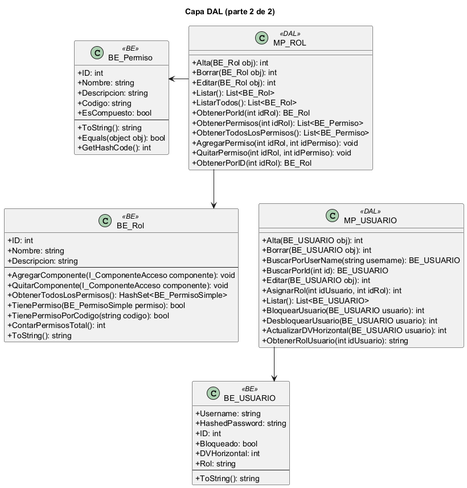
Above: docs/diagramas/uml_png/capas__DAL_clases_2.png in L-Muniz/uai-diploma_2026 (PlantUML), before the change.
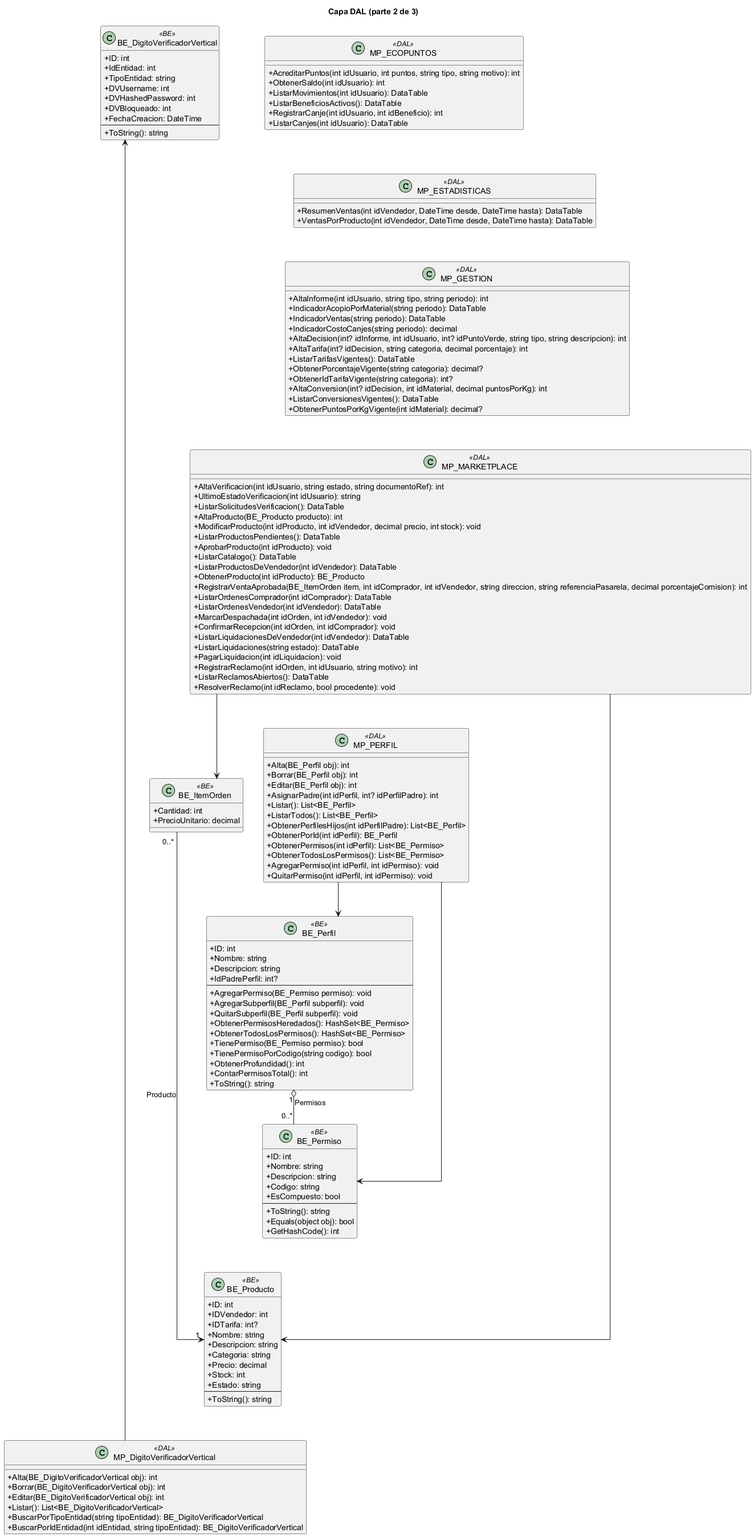
Later version of the same file.

The edit, as a diff of the source:
```diff
@@ -1,7 +1,39 @@
 @startuml
 skinparam classAttributeIconSize 0
 skinparam linetype ortho
-title Capa DAL (parte 2 de 2)
+title Capa DAL (parte 2 de 3)
+class "BE_DigitoVerificadorVertical" as BE_DigitoVerificadorVertical <<BE>> {
+  +ID: int
+  +IdEntidad: int
+  +TipoEntidad: string
+  +DVUsername: int
+  +DVHashedPassword: int
+  +DVBloqueado: int
+  +FechaCreacion: DateTime
+  --
+  +ToString(): string
+}
+class "BE_ItemOrden" as BE_ItemOrden <<BE>> {
+  +Cantidad: int
+  +PrecioUnitario: decimal
+}
+class "BE_Perfil" as BE_Perfil <<BE>> {
+  +ID: int
+  +Nombre: string
+  +Descripcion: string
+  +IdPadrePerfil: int?
+  --
+  +AgregarPermiso(BE_Permiso permiso): void
+  +AgregarSubperfil(BE_Perfil subperfil): void
+  +QuitarSubperfil(BE_Perfil subperfil): void
+  +ObtenerPermisosHeredados(): HashSet<BE_Permiso>
+  +ObtenerTodosLosPermisos(): HashSet<BE_Permiso>
+  +TienePermiso(BE_Permiso permiso): bool
+  +TienePermisoPorCodigo(string codigo): bool
+  +ObtenerProfundidad(): int
+  +ContarPermisosTotal(): int
+  +ToString(): string
+}
 class "BE_Permiso" as BE_Permiso <<BE>> {
   +ID: int
   +Nombre: string
@@ -13,60 +45,105 @@
   +Equals(object obj): bool
   +GetHashCode(): int
 }
-class "BE_Rol" as BE_Rol <<BE>> {
+class "BE_Producto" as BE_Producto <<BE>> {
   +ID: int
+  +IDVendedor: int
+  +IDTarifa: int?
   +Nombre: string
   +Descripcion: string
-  --
-  +AgregarComponente(I_ComponenteAcceso componente): void
-  +QuitarComponente(I_ComponenteAcceso componente): void
-  +ObtenerTodosLosPermisos(): HashSet<BE_PermisoSimple>
-  +TienePermiso(BE_PermisoSimple permiso): bool
-  +TienePermisoPorCodigo(string codigo): bool
-  +ContarPermisosTotal(): int
-  +ToString(): string
-}
-class "BE_USUARIO" as BE_USUARIO <<BE>> {
-  +Username: string
-  +HashedPassword: string
-  +ID: int
-  +Bloqueado: bool
-  +DVHorizontal: int
-  +Rol: string
+  +Categoria: string
+  +Precio: decimal
+  +Stock: int
+  +Estado: string
   --
   +ToString(): string
 }
-class "MP_ROL" as MP_ROL <<DAL>> {
-  +Alta(BE_Rol obj): int
-  +Borrar(BE_Rol obj): int
-  +Editar(BE_Rol obj): int
-  +Listar(): List<BE_Rol>
-  +ListarTodos(): List<BE_Rol>
-  +ObtenerPorId(int idRol): BE_Rol
-  +ObtenerPermisos(int idRol): List<BE_Permiso>
+class "MP_DigitoVerificadorVertical" as MP_DigitoVerificadorVertical <<DAL>> {
+  +Alta(BE_DigitoVerificadorVertical obj): int
+  +Borrar(BE_DigitoVerificadorVertical obj): int
+  +Editar(BE_DigitoVerificadorVertical obj): int
+  +Listar(): List<BE_DigitoVerificadorVertical>
+  +BuscarPorTipoEntidad(string tipoEntidad): BE_DigitoVerificadorVertical
+  +BuscarPorIdEntidad(int idEntidad, string tipoEntidad): BE_DigitoVerificadorVertical
+}
+class "MP_ECOPUNTOS" as MP_ECOPUNTOS <<DAL>> {
+  +AcreditarPuntos(int idUsuario, int puntos, string tipo, string motivo): int
+  +ObtenerSaldo(int idUsuario): int
+  +ListarMovimientos(int idUsuario): DataTable
+  +ListarBeneficiosActivos(): DataTable
+  +RegistrarCanje(int idUsuario, int idBeneficio): int
+  +ListarCanjes(int idUsuario): DataTable
+}
+class "MP_ESTADISTICAS" as MP_ESTADISTICAS <<DAL>> {
+  +ResumenVentas(int idVendedor, DateTime desde, DateTime hasta): DataTable
+  +VentasPorProducto(int idVendedor, DateTime desde, DateTime hasta): DataTable
+}
+class "MP_GESTION" as MP_GESTION <<DAL>> {
+  +AltaInforme(int idUsuario, string tipo, string periodo): int
+  +IndicadorAcopioPorMaterial(string periodo): DataTable
+  +IndicadorVentas(string periodo): DataTable
+  +IndicadorCostoCanjes(string periodo): decimal
+  +AltaDecision(int? idInforme, int idUsuario, int? idPuntoVerde, string tipo, string descripcion): int
+  +AltaTarifa(int? idDecision, string categoria, decimal porcentaje): int
+  +ListarTarifasVigentes(): DataTable
+  +ObtenerPorcentajeVigente(string categoria): decimal?
+  +ObtenerIdTarifaVigente(string categoria): int?
+  +AltaConversion(int? idDecision, int idMaterial, decimal puntosPorKg): int
+  +ListarConversionesVigentes(): DataTable
+  +ObtenerPuntosPorKgVigente(int idMaterial): decimal?
+}
+class "MP_MARKETPLACE" as MP_MARKETPLACE <<DAL>> {
+  +AltaVerificacion(int idUsuario, string estado, string documentoRef): int
+  +UltimoEstadoVerificacion(int idUsuario): string
+  +ListarSolicitudesVerificacion(): DataTable
+  +AltaProducto(BE_Producto producto): int
+  +ModificarProducto(int idProducto, int idVendedor, decimal precio, int stock): void
+  +ListarProductosPendientes(): DataTable
+  +AprobarProducto(int idProducto): void
+  +ListarCatalogo(): DataTable
+  +ListarProductosDeVendedor(int idVendedor): DataTable
+  +ObtenerProducto(int idProducto): BE_Producto
+  +RegistrarVentaAprobada(BE_ItemOrden item, int idComprador, int idVendedor, string direccion, string referenciaPasarela, decimal porcentajeComision): int
+  +ListarOrdenesComprador(int idComprador): DataTable
+  +ListarOrdenesVendedor(int idVendedor): DataTable
+  +MarcarDespachada(int idOrden, int idVendedor): void
+  +ConfirmarRecepcion(int idOrden, int idComprador): void
+  +ListarLiquidacionesDeVendedor(int idVendedor): DataTable
+  +ListarLiquidaciones(string estado): DataTable
+  +PagarLiquidacion(int idLiquidacion): void
+  +RegistrarReclamo(int idOrden, int idUsuario, string motivo): int
+  +ListarReclamosAbiertos(): DataTable
+  +ResolverReclamo(int idReclamo, bool procedente): void
+}
+class "MP_PERFIL" as MP_PERFIL <<DAL>> {
+  +Alta(BE_Perfil obj): int
+  +Borrar(BE_Perfil obj): int
+  +Editar(BE_Perfil obj): int
+  +AsignarPadre(int idPerfil, int? idPerfilPadre): int
+  +Listar(): List<BE_Perfil>
+  +ListarTodos(): List<BE_Perfil>
+  +ObtenerPerfilesHijos(int idPerfilPadre): List<BE_Perfil>
+  +ObtenerPorId(int idPerfil): BE_Perfil
+  +ObtenerPermisos(int idPerfil): List<BE_Permiso>
   +ObtenerTodosLosPermisos(): List<BE_Permiso>
-  +AgregarPermiso(int idRol, int idPermiso): void
-  +QuitarPermiso(int idRol, int idPermiso): void
-  +ObtenerPorID(int idRol): BE_Rol
+  +AgregarPermiso(int idPerfil, int idPermiso): void
+  +QuitarPermiso(int idPerfil, int idPermiso): void
 }
-class "MP_USUARIO" as MP_USUARIO <<DAL>> {
-  +Alta(BE_USUARIO obj): int
-  +Borrar(BE_USUARIO obj): int
-  +BuscarPorUserName(string username): BE_USUARIO
-  +BuscarPorId(int id): BE_USUARIO
-  +Editar(BE_USUARIO obj): int
-  +AsignarRol(int idUsuario, int idRol): int
-  +Listar(): List<BE_USUARIO>
-  +BloquearUsuario(BE_USUARIO usuario): int
-  +DesbloquearUsuario(BE_USUARIO usuario): int
-  +ActualizarDVHorizontal(BE_USUARIO usuario): int
-  +ObtenerRolUsuario(int idUsuario): string
-}
-BE_Permiso -[hidden]down- BE_Rol
-BE_Rol -[hidden]down- BE_USUARIO
-MP_ROL -[hidden]down- MP_USUARIO
-BE_Permiso -[hidden]right- MP_ROL
-MP_ROL --> BE_Permiso
-MP_ROL --> BE_Rol
-MP_USUARIO --> BE_USUARIO
+BE_DigitoVerificadorVertical -[hidden]down- BE_ItemOrden
+BE_ItemOrden -[hidden]down- BE_Perfil
+BE_Perfil -[hidden]down- BE_Permiso
+BE_Permiso -[hidden]down- BE_Producto
+BE_Producto -[hidden]down- MP_DigitoVerificadorVertical
+MP_ECOPUNTOS -[hidden]down- MP_ESTADISTICAS
+MP_ESTADISTICAS -[hidden]down- MP_GESTION
+MP_GESTION -[hidden]down- MP_MARKETPLACE
+MP_MARKETPLACE -[hidden]down- MP_PERFIL
+BE_DigitoVerificadorVertical -[hidden]right- MP_ECOPUNTOS
+BE_ItemOrden "0..*" --> "1" BE_Producto : Producto
+BE_Perfil "1" o-- "0..*" BE_Permiso : Permisos
+MP_DigitoVerificadorVertical --> BE_DigitoVerificadorVertical
+MP_MARKETPLACE --> BE_ItemOrden
+MP_MARKETPLACE --> BE_Producto
+MP_PERFIL --> BE_Perfil
+MP_PERFIL --> BE_Permiso
 @enduml
```
